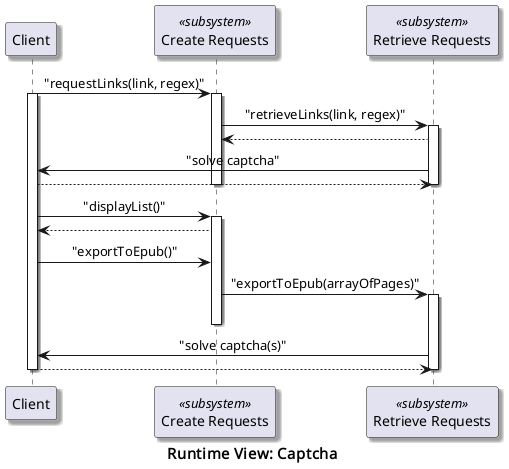
Before: documents/B-6.png, a diagram exported from PlantUML (AlAl45643/WebtoEpubwithTor).
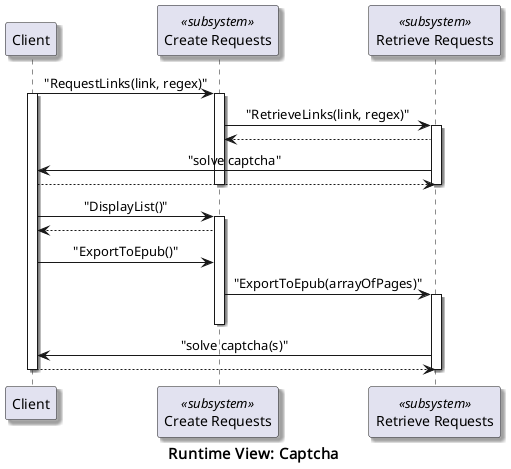
The same diagram one commit later.

The edit, as a diff of the source:
```diff
@@ -1,5 +1,5 @@
 @startuml
-  skinparam shadowing true
+skinparam shadowing true
 skinparam defaulttextalignment center
 skinparam participantstereotypefontsize 13
 skinparam footerfontsize 15
@@ -10,28 +10,28 @@
 participant "Create Requests" as request <<subsystem>>
 participant "Retrieve Requests" as retrieve <<subsystem>>
 
-client -> request : "requestLinks(link, regex)"
+client -> request : "RequestLinks(link, regex)"
 activate client
-activate request
-request -> retrieve : "retrieveLinks(link, regex)"
-activate retrieve
-retrieve --> request
-retrieve -> client : "solve captcha"
-client --> retrieve
-deactivate request
-deactivate retrieve
+        activate request
+                request -> retrieve : "RetrieveLinks(link, regex)"
+                activate retrieve
+                        retrieve --> request
+                        retrieve -> client : "solve captcha"
+                        client --> retrieve
+                deactivate request
+        deactivate retrieve
 
 
-client -> request : "displayList()"
-activate request
-request --> client
-client -> request : "exportToEpub()"
-request -> retrieve : "exportToEpub(arrayOfPages)"
-activate retrieve
-deactivate request
-retrieve -> client : "solve captcha(s)"
-client --> retrieve
-deactivate retrieve
+        client -> request : "DisplayList()"
+        activate request
+                request --> client
+                client -> request : "ExportToEpub()"
+                request -> retrieve : "ExportToEpub(arrayOfPages)"
+                activate retrieve
+                deactivate request
+                retrieve -> client : "solve captcha(s)"
+                client --> retrieve
+        deactivate retrieve
 deactivate client
 
 
```
